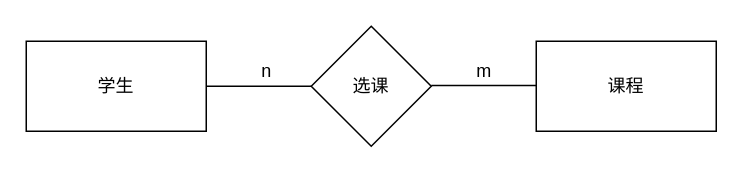
Above: pictures/联系E-R图.drawio in Guo-HY/BUAA_DB (draw.io), before the change. Source tidied: cells renumbered, new cells numbered last; positions are measured from the earlier drawing's top-left corner, leaving out a move shared by most shapes. Both pictures are drawn from the tidied source at 150%, with x=0, y=0 at pixel (26, 26).
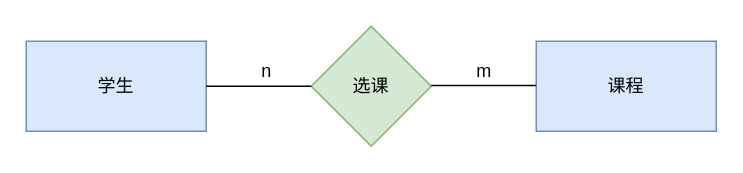
The same page after the edit.

The edit, as a diff of the source:
```diff
@@
 <mxGraphModel>
   <root>
     <mxCell id="0" />
     <mxCell id="1" parent="0" />
-    <mxCell id="2" value="学生" style="rounded=0;whiteSpace=wrap;html=1;" parent="1" vertex="1">
+    <mxCell id="2" value="学生" style="rounded=0;whiteSpace=wrap;html=1;fillColor=#dae8fc;strokeColor=#6c8ebf;" parent="1" vertex="1">
       <mxGeometry y="10" width="120" height="60" as="geometry" />
     </mxCell>
-    <mxCell id="3" value="选课" style="rhombus;whiteSpace=wrap;html=1;" parent="1" vertex="1">
+    <mxCell id="3" value="选课" style="rhombus;whiteSpace=wrap;html=1;fillColor=#d5e8d4;strokeColor=#82b366;" parent="1" vertex="1">
       <mxGeometry x="190" width="80" height="80" as="geometry" />
     </mxCell>
     <mxCell id="4" style="endArrow=none;html=1;rounded=0;exitX=1;exitY=0.5;exitDx=0;exitDy=0;entryX=0;entryY=0.5;entryDx=0;entryDy=0;" parent="1" edge="1" source="2" target="3">
       <mxGeometry relative="1" as="geometry" />
     </mxCell>
     <mxCell id="5" value="n" style="text;html=1;align=center;verticalAlign=middle;strokeColor=none;fillColor=none;" parent="1" vertex="1">
       <mxGeometry x="150" y="20" width="20" height="20" as="geometry" />
     </mxCell>
-    <mxCell id="6" value="课程" style="rounded=0;whiteSpace=wrap;html=1;" parent="1" vertex="1">
+    <mxCell id="6" value="课程" style="rounded=0;whiteSpace=wrap;html=1;fillColor=#dae8fc;strokeColor=#6c8ebf;" parent="1" vertex="1">
       <mxGeometry x="340" y="10" width="120" height="60" as="geometry" />
     </mxCell>
     <mxCell id="7" style="endArrow=none;html=1;rounded=0;exitX=1;exitY=0.5;exitDx=0;exitDy=0;entryX=0;entryY=0.5;entryDx=0;entryDy=0;" parent="1" edge="1">
       <mxGeometry relative="1" as="geometry">
         <mxPoint x="270" y="39.5" as="sourcePoint" />
         <mxPoint x="340" y="39.5" as="targetPoint" />
       </mxGeometry>
     </mxCell>
     <mxCell id="8" value="m" style="text;html=1;align=center;verticalAlign=middle;strokeColor=none;fillColor=none;" parent="1" vertex="1">
       <mxGeometry x="290" y="20" width="30" height="20" as="geometry" />
     </mxCell>
   </root>
 </mxGraphModel>
```
